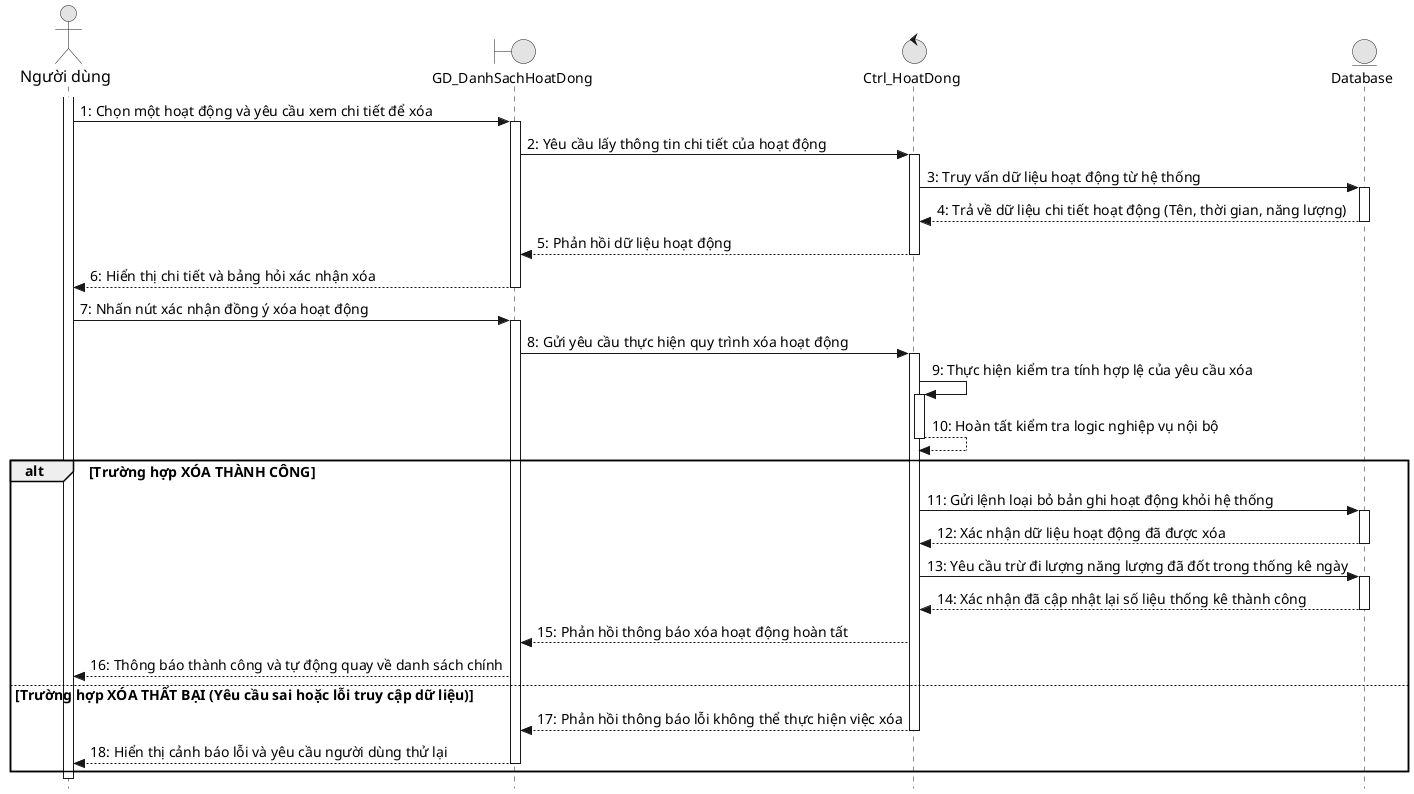
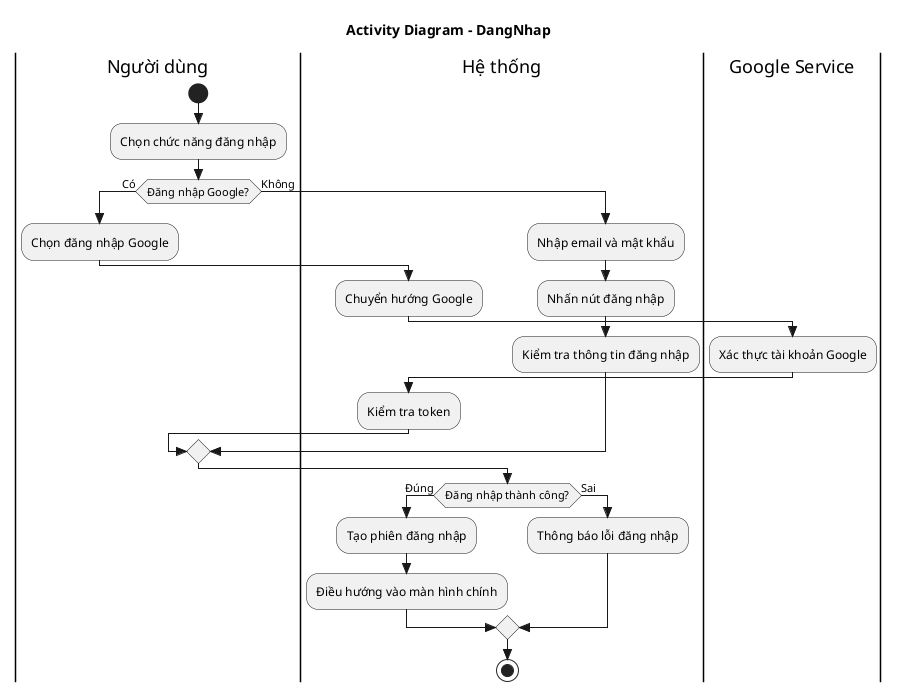
@startuml
+ title Activity Diagram - DangNhap
+ 
skinparam style strictuml
- skinparam DefaultFontSize 14
- skinparam ActorFontSize 16
- skinparam ParticipantFontSize 14
skinparam monochrome true
skinparam shadowing false
- skinparam ParticipantPadding 20
- skinparam BoxPadding 10

- actor "Người dùng" as User
- boundary "GD_DanhSachHoatDong" as Boundary
- control "Ctrl_HoatDong" as Control
- entity "Database" as DB
+ |Người dùng|

- activate User
+ start

- ' --- 1. HIỂN THỊ CHI TIẾT HOẠT ĐỘNG ---
- User -> Boundary : 1: Chọn một hoạt động và yêu cầu xem chi tiết để xóa
- activate Boundary
+ :Chọn chức năng đăng nhập;

- Boundary -> Control : 2: Yêu cầu lấy thông tin chi tiết của hoạt động
- activate Control
+ if (Đăng nhập Google?) then (Có)

- Control -> DB : 3: Truy vấn dữ liệu hoạt động từ hệ thống
- activate DB
- DB --> Control : 4: Trả về dữ liệu chi tiết hoạt động (Tên, thời gian, năng lượng)
- deactivate DB
+     :Chọn đăng nhập Google;

- Control --> Boundary : 5: Phản hồi dữ liệu hoạt động
- deactivate Control
+     |Hệ thống|

- Boundary --> User : 6: Hiển thị chi tiết và bảng hỏi xác nhận xóa
- deactivate Boundary
+     :Chuyển hướng Google;

- ' --- 2. THỰC HIỆN QUY TRÌNH XÓA HOẠT ĐỘNG ---
- User -> Boundary : 7: Nhấn nút xác nhận đồng ý xóa hoạt động
- activate Boundary
+     |Google Service|

- Boundary -> Control : 8: Gửi yêu cầu thực hiện quy trình xóa hoạt động
- activate Control
+     :Xác thực tài khoản Google;

- Control -> Control : 9: Thực hiện kiểm tra tính hợp lệ của yêu cầu xóa
- activate Control
- Control --> Control : 10: Hoàn tất kiểm tra logic nghiệp vụ nội bộ
- deactivate Control
+     |Hệ thống|

- ' --- 3. RẼ NHÁNH KẾT QUẢ XÓA ---
- alt Trường hợp XÓA THÀNH CÔNG
-     Control -> DB : 11: Gửi lệnh loại bỏ bản ghi hoạt động khỏi hệ thống
-     activate DB
-     DB --> Control : 12: Xác nhận dữ liệu hoạt động đã được xóa
-     deactivate DB
+     :Kiểm tra token;

-     Control -> DB : 13: Yêu cầu trừ đi lượng năng lượng đã đốt trong thống kê ngày
-     activate DB
-     DB --> Control : 14: Xác nhận đã cập nhật lại số liệu thống kê thành công
-     deactivate DB
+ else (Không)

-     Control --> Boundary : 15: Phản hồi thông báo xóa hoạt động hoàn tất
+     :Nhập email và mật khẩu;

-     Boundary --> User : 16: Thông báo thành công và tự động quay về danh sách chính
+     :Nhấn nút đăng nhập;

- else Trường hợp XÓA THẤT BẠI (Yêu cầu sai hoặc lỗi truy cập dữ liệu)
-     Control --> Boundary : 17: Phản hồi thông báo lỗi không thể thực hiện việc xóa
-     deactivate Control
+     |Hệ thống|

-     Boundary --> User : 18: Hiển thị cảnh báo lỗi và yêu cầu người dùng thử lại
-     deactivate Boundary
- end
+     :Kiểm tra thông tin đăng nhập;

- deactivate User
+ endif
+ 
+ if (Đăng nhập thành công?) then (Đúng)
+ 
+     :Tạo phiên đăng nhập;
+ 
+     :Điều hướng vào màn hình chính;
+ 
+ else (Sai)
+ 
+     :Thông báo lỗi đăng nhập;
+ 
+ endif
+ 
+ stop
+ 
@enduml